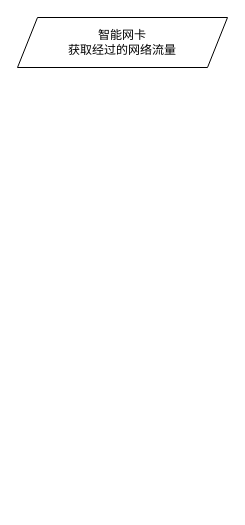
poetlife/diagrams keeps this draw.io diagram as 网络指标获取流程.drawio. Above is the earlier version. Source tidied: cells renumbered, new cells numbered last; positions are measured from the earlier drawing's top-left corner, leaving out a move shared by most shapes. Both pictures are drawn from the tidied source at 100%, with x=0, y=0 at pixel (17, 17).
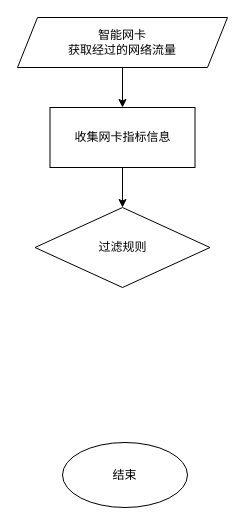
The same diagram, later.

Commit message (it also covers changes not shown here):
更新网络指标获取流程.drawio

Change to the diagram source:
```diff
@@
 <mxGraphModel>
   <root>
     <mxCell id="0" />
     <mxCell id="1" parent="0" />
+    <mxCell id="3" style="edgeStyle=orthogonalEdgeStyle;rounded=0;jettySize=auto;html=1;exitX=0.5;exitY=1;exitDx=0;exitDy=0;entryX=0.5;entryY=0;entryDx=0;entryDy=0;" parent="1" edge="1" source="2" target="5">
+      <mxGeometry relative="1" as="geometry" />
+    </mxCell>
     <mxCell id="2" value="智能网卡&lt;br&gt;获取经过的网络流量" style="shape=parallelogram;perimeter=parallelogramPerimeter;whiteSpace=wrap;html=1;fixedSize=1;" parent="1" vertex="1">
       <mxGeometry width="210" height="50" as="geometry" />
     </mxCell>
+    <mxCell id="4" style="edgeStyle=orthogonalEdgeStyle;rounded=0;jettySize=auto;html=1;exitX=0.5;exitY=1;exitDx=0;exitDy=0;entryX=0.5;entryY=0;entryDx=0;entryDy=0;" parent="1" edge="1" source="5" target="6">
+      <mxGeometry relative="1" as="geometry" />
+    </mxCell>
+    <mxCell id="5" value="收集网卡指标信息" style="rounded=0;whiteSpace=wrap;html=1;" parent="1" vertex="1">
+      <mxGeometry x="32.5" y="90" width="145" height="60" as="geometry" />
+    </mxCell>
+    <mxCell id="6" value="过滤规则" style="rhombus;whiteSpace=wrap;html=1;" parent="1" vertex="1">
+      <mxGeometry x="17.5" y="190" width="175" height="80" as="geometry" />
+    </mxCell>
+    <mxCell id="7" value="结束" style="ellipse;whiteSpace=wrap;html=1;" parent="1" vertex="1">
+      <mxGeometry x="45" y="425" width="125" height="65" as="geometry" />
+    </mxCell>
   </root>
 </mxGraphModel>
```
